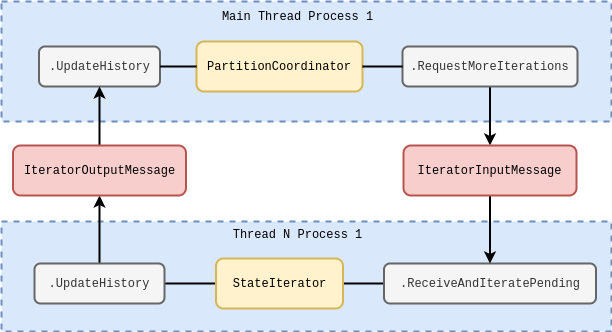
umbralcalc/worlds-of-observation keeps this draw.io diagram as images/chapter-1-stochadex-loop.drawio.png. Above is the earlier version. Source tidied: cells renumbered, new cells last; positions are measured from the earlier drawing's top-left corner, leaving out a move shared by most shapes.
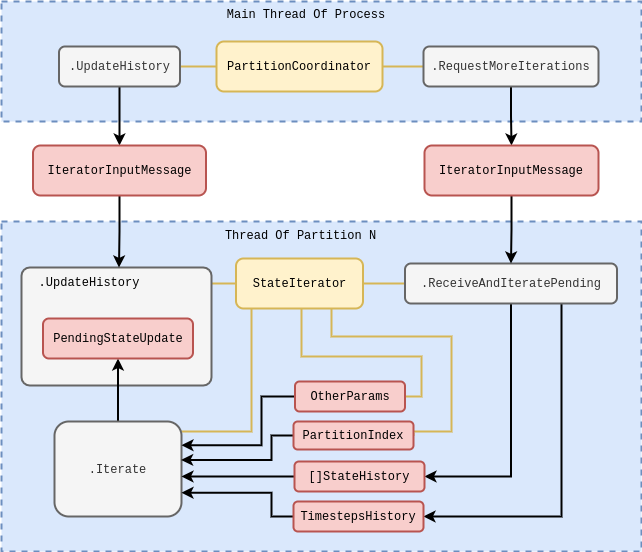
After the commit.

Commit message:
work in progress extending the last bits of chapter 1

Change to the diagram source:
```diff
@@ -3,64 +3,162 @@
     <mxCell id="0" />
     <mxCell id="1" parent="0" />
     <mxCell id="2" style="rounded=0;whiteSpace=wrap;html=1;dashed=1;strokeWidth=2;fillColor=#dae8fc;strokeColor=#6c8ebf;" parent="1" vertex="1">
-      <mxGeometry y="220" width="610" height="110" as="geometry" />
+      <mxGeometry y="225" width="640" height="330" as="geometry" />
     </mxCell>
     <mxCell id="3" style="rounded=0;whiteSpace=wrap;html=1;dashed=1;strokeWidth=2;fillColor=#dae8fc;strokeColor=#6c8ebf;" parent="1" vertex="1">
-      <mxGeometry width="610" height="120" as="geometry" />
+      <mxGeometry y="5" width="640" height="120" as="geometry" />
     </mxCell>
     <mxCell id="4" value="&lt;font face=&quot;Courier New&quot;&gt;PartitionCoordinator&lt;/font&gt;" style="rounded=1;whiteSpace=wrap;html=1;fillColor=#fff2cc;strokeColor=#d6b656;strokeWidth=2;" parent="1" vertex="1">
-      <mxGeometry x="195" y="40" width="166" height="50" as="geometry" />
+      <mxGeometry x="215" y="45" width="166" height="50" as="geometry" />
     </mxCell>
-    <mxCell id="5" style="edgeStyle=orthogonalEdgeStyle;rounded=0;jettySize=auto;html=1;entryX=0.5;entryY=0;entryDx=0;entryDy=0;strokeWidth=2;" parent="1" edge="1" source="6" target="19">
+    <mxCell id="5" style="edgeStyle=orthogonalEdgeStyle;rounded=0;jettySize=auto;html=1;strokeWidth=2;" parent="1" edge="1" source="6" target="19">
       <mxGeometry relative="1" as="geometry" />
     </mxCell>
-    <mxCell id="6" value="&lt;font style=&quot;&quot; face=&quot;Courier New&quot;&gt;.RequestMoreIterations&lt;/font&gt;" style="rounded=1;whiteSpace=wrap;html=1;strokeWidth=2;fillColor=#f5f5f5;fontColor=#333333;strokeColor=#666666;" parent="1" vertex="1">
-      <mxGeometry x="401" y="45" width="175" height="40" as="geometry" />
-    </mxCell>
-    <mxCell id="7" value="&lt;font style=&quot;&quot; face=&quot;Courier New&quot;&gt;.UpdateHistory&lt;/font&gt;" style="rounded=1;whiteSpace=wrap;html=1;strokeWidth=2;fillColor=#f5f5f5;fontColor=#333333;strokeColor=#666666;" parent="1" vertex="1">
-      <mxGeometry x="37.5" y="45" width="121" height="40" as="geometry" />
-    </mxCell>
+    <mxCell id="22" style="edgeStyle=orthogonalEdgeStyle;rounded=0;jettySize=auto;html=1;entryX=0.5;entryY=0;entryDx=0;entryDy=0;strokeWidth=2;" parent="1" edge="1" source="7" target="31">
+      <mxGeometry relative="1" as="geometry" />
+    </mxCell>
-    <mxCell id="8" value="&lt;font face=&quot;Courier New&quot;&gt;Main Thread Process 1&lt;/font&gt;" style="text;html=1;strokeColor=none;fillColor=none;align=center;verticalAlign=middle;whiteSpace=wrap;rounded=0;" parent="1" vertex="1">
-      <mxGeometry x="217.5" width="157" height="30" as="geometry" />
+    <mxCell id="8" value="&lt;font face=&quot;Courier New&quot;&gt;Main Thread Of Process&lt;/font&gt;" style="text;html=1;strokeColor=none;fillColor=none;align=center;verticalAlign=middle;whiteSpace=wrap;rounded=0;" parent="1" vertex="1">
+      <mxGeometry x="180" y="5" width="250" height="25" as="geometry" />
     </mxCell>
-    <mxCell id="9" style="endArrow=none;html=1;rounded=0;exitX=1;exitY=0.5;exitDx=0;exitDy=0;entryX=0;entryY=0.5;entryDx=0;entryDy=0;strokeWidth=2;" parent="1" edge="1" source="7" target="4">
+    <mxCell id="9" style="endArrow=none;html=1;rounded=0;exitX=1;exitY=0.5;exitDx=0;exitDy=0;entryX=0;entryY=0.5;entryDx=0;entryDy=0;strokeWidth=2;fillColor=#fff2cc;strokeColor=#d6b656;" parent="1" edge="1" source="7" target="4">
       <mxGeometry relative="1" as="geometry" />
     </mxCell>
-    <mxCell id="10" style="endArrow=none;html=1;rounded=0;exitX=0;exitY=0.5;exitDx=0;exitDy=0;entryX=1;entryY=0.5;entryDx=0;entryDy=0;strokeWidth=2;" parent="1" edge="1" source="6" target="4">
+    <mxCell id="10" style="endArrow=none;html=1;rounded=0;exitX=0;exitY=0.5;exitDx=0;exitDy=0;entryX=1;entryY=0.5;entryDx=0;entryDy=0;strokeWidth=2;fillColor=#fff2cc;strokeColor=#d6b656;" parent="1" edge="1" source="6" target="4">
       <mxGeometry relative="1" as="geometry" />
     </mxCell>
-    <mxCell id="11" style="edgeStyle=orthogonalEdgeStyle;rounded=0;jettySize=auto;html=1;exitX=1;exitY=0.5;exitDx=0;exitDy=0;entryX=0;entryY=0.5;entryDx=0;entryDy=0;strokeWidth=2;endArrow=none;endFill=0;" parent="1" edge="1" source="13" target="15">
+    <mxCell id="11" style="edgeStyle=orthogonalEdgeStyle;rounded=0;jettySize=auto;html=1;exitX=1;exitY=0.5;exitDx=0;exitDy=0;entryX=0;entryY=0.5;entryDx=0;entryDy=0;strokeWidth=2;endArrow=none;endFill=0;fillColor=#fff2cc;strokeColor=#d6b656;" parent="1" edge="1" source="13" target="15">
       <mxGeometry relative="1" as="geometry" />
     </mxCell>
+    <mxCell id="23" style="edgeStyle=orthogonalEdgeStyle;rounded=0;jettySize=auto;html=1;strokeWidth=2;endArrow=none;endFill=0;fillColor=#fff2cc;strokeColor=#d6b656;" parent="1" edge="1" source="13" target="29">
+      <mxGeometry relative="1" as="geometry">
+        <Array as="points">
+          <mxPoint x="250" y="435" />
+        </Array>
+      </mxGeometry>
+    </mxCell>
+    <mxCell id="24" style="edgeStyle=orthogonalEdgeStyle;rounded=0;jettySize=auto;html=1;entryX=0.582;entryY=0.1;entryDx=0;entryDy=0;endArrow=none;endFill=0;strokeWidth=2;entryPerimeter=0;fillColor=#fff2cc;strokeColor=#d6b656;" parent="1" edge="1" source="13" target="33">
+      <mxGeometry relative="1" as="geometry">
+        <Array as="points">
+          <mxPoint x="300" y="360" />
+          <mxPoint x="420" y="360" />
+          <mxPoint x="420" y="400" />
+          <mxPoint x="358" y="400" />
+        </Array>
+      </mxGeometry>
+    </mxCell>
+    <mxCell id="25" style="edgeStyle=orthogonalEdgeStyle;rounded=0;jettySize=auto;html=1;entryX=1;entryY=0.5;entryDx=0;entryDy=0;strokeWidth=2;endArrow=none;endFill=0;fillColor=#fff2cc;strokeColor=#d6b656;" parent="1" edge="1" source="13" target="35">
+      <mxGeometry relative="1" as="geometry">
+        <Array as="points">
+          <mxPoint x="330" y="340" />
+          <mxPoint x="450" y="340" />
+          <mxPoint x="450" y="435" />
+          <mxPoint x="412" y="435" />
+        </Array>
+      </mxGeometry>
+    </mxCell>
-    <mxCell id="12" style="edgeStyle=orthogonalEdgeStyle;rounded=0;jettySize=auto;html=1;entryX=1;entryY=0.5;entryDx=0;entryDy=0;strokeWidth=2;endArrow=none;endFill=0;" parent="1" edge="1" source="13" target="21">
-      <mxGeometry relative="1" as="geometry" />
+    <mxCell id="12" style="edgeStyle=orthogonalEdgeStyle;rounded=0;jettySize=auto;html=1;fillColor=#fff2cc;strokeColor=#d6b656;strokeWidth=2;endArrow=none;endFill=0;" parent="1" edge="1" source="13" target="21">
+      <mxGeometry relative="1" as="geometry">
+        <Array as="points">
+          <mxPoint x="230" y="287" />
+          <mxPoint x="230" y="287" />
+        </Array>
+      </mxGeometry>
     </mxCell>
     <mxCell id="13" value="&lt;font face=&quot;Courier New&quot;&gt;StateIterator&lt;/font&gt;" style="rounded=1;whiteSpace=wrap;html=1;fillColor=#fff2cc;strokeColor=#d6b656;strokeWidth=2;" parent="1" vertex="1">
-      <mxGeometry x="214.5" y="257" width="127" height="50" as="geometry" />
+      <mxGeometry x="234.5" y="262" width="127" height="50" as="geometry" />
     </mxCell>
-    <mxCell id="14" style="edgeStyle=orthogonalEdgeStyle;rounded=0;jettySize=auto;html=1;strokeWidth=2;endArrow=classic;endFill=1;exitX=0.5;exitY=0;exitDx=0;exitDy=0;" parent="1" edge="1" source="21" target="17">
-      <mxGeometry relative="1" as="geometry" />
-    </mxCell>
+    <mxCell id="26" style="edgeStyle=orthogonalEdgeStyle;rounded=0;jettySize=auto;html=1;entryX=1;entryY=0.5;entryDx=0;entryDy=0;strokeWidth=2;" parent="1" edge="1" source="15" target="37">
+      <mxGeometry relative="1" as="geometry" />
+    </mxCell>
+    <mxCell id="27" style="edgeStyle=orthogonalEdgeStyle;rounded=0;jettySize=auto;html=1;entryX=1;entryY=0.5;entryDx=0;entryDy=0;strokeWidth=2;" parent="1" edge="1" source="15" target="39">
+      <mxGeometry relative="1" as="geometry">
+        <Array as="points">
+          <mxPoint x="560" y="520" />
+        </Array>
+      </mxGeometry>
+    </mxCell>
     <mxCell id="15" value="&lt;font style=&quot;&quot; face=&quot;Courier New&quot;&gt;.ReceiveAndIteratePending&lt;/font&gt;" style="rounded=1;whiteSpace=wrap;html=1;strokeWidth=2;fillColor=#f5f5f5;fontColor=#333333;strokeColor=#666666;" parent="1" vertex="1">
-      <mxGeometry x="382.5" y="262" width="212" height="40" as="geometry" />
+      <mxGeometry x="403.5" y="267" width="212" height="40" as="geometry" />
     </mxCell>
-    <mxCell id="16" style="edgeStyle=orthogonalEdgeStyle;rounded=0;jettySize=auto;html=1;entryX=0.5;entryY=1;entryDx=0;entryDy=0;strokeWidth=2;" parent="1" edge="1" source="17" target="7">
-      <mxGeometry relative="1" as="geometry" />
-    </mxCell>
-    <mxCell id="17" value="&lt;font face=&quot;Courier New&quot;&gt;IteratorOutputMessage&lt;/font&gt;" style="rounded=1;whiteSpace=wrap;html=1;fillColor=#f8cecc;strokeColor=#b85450;strokeWidth=2;" parent="1" vertex="1">
-      <mxGeometry x="11.5" y="144" width="173" height="50" as="geometry" />
-    </mxCell>
-    <mxCell id="18" style="edgeStyle=orthogonalEdgeStyle;rounded=0;jettySize=auto;html=1;strokeWidth=2;endArrow=classic;endFill=1;" parent="1" edge="1" source="19" target="15">
+    <mxCell id="18" style="edgeStyle=orthogonalEdgeStyle;rounded=0;jettySize=auto;html=1;strokeWidth=2;" parent="1" edge="1" source="19" target="15">
       <mxGeometry relative="1" as="geometry" />
     </mxCell>
     <mxCell id="19" value="&lt;font face=&quot;Courier New&quot;&gt;IteratorInputMessage&lt;/font&gt;" style="rounded=1;whiteSpace=wrap;html=1;fillColor=#f8cecc;strokeColor=#b85450;strokeWidth=2;" parent="1" vertex="1">
-      <mxGeometry x="402" y="144" width="173" height="50" as="geometry" />
+      <mxGeometry x="423" y="149" width="174" height="50" as="geometry" />
     </mxCell>
-    <mxCell id="20" value="&lt;font face=&quot;Courier New&quot;&gt;Thread N Process 1&lt;/font&gt;" style="text;html=1;strokeColor=none;fillColor=none;align=center;verticalAlign=middle;whiteSpace=wrap;rounded=0;" parent="1" vertex="1">
-      <mxGeometry x="214.5" y="218" width="163" height="30" as="geometry" />
+    <mxCell id="20" value="&lt;font face=&quot;Courier New&quot;&gt;Thread Of Partition N&lt;/font&gt;" style="text;html=1;strokeColor=none;fillColor=none;align=center;verticalAlign=middle;whiteSpace=wrap;rounded=0;" parent="1" vertex="1">
+      <mxGeometry x="218" y="223.5" width="163" height="30" as="geometry" />
     </mxCell>
-    <mxCell id="21" value="&lt;font style=&quot;&quot; face=&quot;Courier New&quot;&gt;.UpdateHistory&lt;/font&gt;" style="rounded=1;whiteSpace=wrap;html=1;strokeWidth=2;fillColor=#f5f5f5;fontColor=#333333;strokeColor=#666666;" parent="1" vertex="1">
-      <mxGeometry x="33" y="262" width="130" height="40" as="geometry" />
+    <mxCell id="21" style="rounded=1;whiteSpace=wrap;html=1;strokeWidth=2;fillColor=#f5f5f5;fontColor=#333333;strokeColor=#666666;arcSize=7;" parent="1" vertex="1">
+      <mxGeometry x="20" y="271" width="190" height="118" as="geometry" />
     </mxCell>
+    <mxCell id="28" style="edgeStyle=orthogonalEdgeStyle;rounded=0;jettySize=auto;html=1;entryX=0.5;entryY=1;entryDx=0;entryDy=0;strokeWidth=2;" parent="1" edge="1" source="29" target="40">
+      <mxGeometry relative="1" as="geometry" />
+    </mxCell>
+    <mxCell id="29" value="&lt;font style=&quot;&quot; face=&quot;Courier New&quot;&gt;.Iterate&lt;/font&gt;" style="rounded=1;whiteSpace=wrap;html=1;strokeWidth=2;fillColor=#f5f5f5;strokeColor=#666666;fontColor=#333333;" parent="1" vertex="1">
+      <mxGeometry x="53" y="425" width="127" height="95" as="geometry" />
+    </mxCell>
+    <mxCell id="30" style="edgeStyle=orthogonalEdgeStyle;rounded=0;jettySize=auto;html=1;strokeWidth=2;entryX=1;entryY=0;entryDx=0;entryDy=0;" parent="1" edge="1" source="31" target="41">
+      <mxGeometry relative="1" as="geometry" />
+    </mxCell>
+    <mxCell id="31" value="&lt;font face=&quot;Courier New&quot;&gt;IteratorInputMessage&lt;/font&gt;" style="rounded=1;whiteSpace=wrap;html=1;fillColor=#f8cecc;strokeColor=#b85450;strokeWidth=2;" parent="1" vertex="1">
+      <mxGeometry x="31.5" y="149" width="173" height="50" as="geometry" />
+    </mxCell>
+    <mxCell id="32" style="edgeStyle=orthogonalEdgeStyle;rounded=0;jettySize=auto;html=1;exitX=0;exitY=0.5;exitDx=0;exitDy=0;entryX=1;entryY=0.25;entryDx=0;entryDy=0;strokeWidth=2;" parent="1" edge="1" source="33" target="29">
+      <mxGeometry relative="1" as="geometry">
+        <Array as="points">
+          <mxPoint x="260" y="400" />
+          <mxPoint x="260" y="448" />
+        </Array>
+      </mxGeometry>
+    </mxCell>
+    <mxCell id="33" value="&lt;font face=&quot;Courier New&quot;&gt;OtherParams&lt;/font&gt;" style="rounded=1;whiteSpace=wrap;html=1;fillColor=#f8cecc;strokeColor=#b85450;strokeWidth=2;" parent="1" vertex="1">
+      <mxGeometry x="293.5" y="385" width="110" height="30" as="geometry" />
+    </mxCell>
+    <mxCell id="34" style="edgeStyle=orthogonalEdgeStyle;rounded=0;jettySize=auto;html=1;strokeWidth=2;entryX=0.997;entryY=0.404;entryDx=0;entryDy=0;entryPerimeter=0;" parent="1" edge="1" source="35" target="29">
+      <mxGeometry relative="1" as="geometry">
+        <Array as="points">
+          <mxPoint x="270" y="439" />
+          <mxPoint x="270" y="463" />
+        </Array>
+      </mxGeometry>
+    </mxCell>
+    <mxCell id="35" value="&lt;font face=&quot;Courier New&quot;&gt;PartitionIndex&lt;/font&gt;" style="rounded=1;whiteSpace=wrap;html=1;fillColor=#f8cecc;strokeColor=#b85450;strokeWidth=2;" parent="1" vertex="1">
+      <mxGeometry x="292" y="425" width="120" height="28" as="geometry" />
+    </mxCell>
+    <mxCell id="36" style="edgeStyle=orthogonalEdgeStyle;rounded=0;jettySize=auto;html=1;strokeWidth=2;" parent="1" edge="1" source="37">
+      <mxGeometry relative="1" as="geometry">
+        <mxPoint x="180" y="480" as="targetPoint" />
+        <Array as="points">
+          <mxPoint x="180" y="480" />
+        </Array>
+      </mxGeometry>
+    </mxCell>
+    <mxCell id="37" value="&lt;font face=&quot;Courier New&quot;&gt;[]StateHistory&lt;/font&gt;" style="rounded=1;whiteSpace=wrap;html=1;fillColor=#f8cecc;strokeColor=#b85450;strokeWidth=2;" parent="1" vertex="1">
+      <mxGeometry x="293" y="465" width="130" height="30" as="geometry" />
+    </mxCell>
+    <mxCell id="38" style="edgeStyle=orthogonalEdgeStyle;rounded=0;jettySize=auto;html=1;strokeWidth=2;entryX=1;entryY=0.75;entryDx=0;entryDy=0;" parent="1" edge="1" source="39" target="29">
+      <mxGeometry relative="1" as="geometry">
+        <Array as="points">
+          <mxPoint x="270" y="520" />
+          <mxPoint x="270" y="496" />
+        </Array>
+      </mxGeometry>
+    </mxCell>
+    <mxCell id="39" value="&lt;font face=&quot;Courier New&quot;&gt;TimestepsHistory&lt;/font&gt;" style="rounded=1;whiteSpace=wrap;html=1;fillColor=#f8cecc;strokeColor=#b85450;strokeWidth=2;" parent="1" vertex="1">
+      <mxGeometry x="292" y="505" width="130" height="30" as="geometry" />
+    </mxCell>
+    <mxCell id="40" value="&lt;font face=&quot;Courier New&quot;&gt;PendingStateUpdate&lt;/font&gt;" style="rounded=1;whiteSpace=wrap;html=1;fillColor=#f8cecc;strokeColor=#b85450;strokeWidth=2;" parent="1" vertex="1">
+      <mxGeometry x="41.5" y="322" width="150" height="40" as="geometry" />
+    </mxCell>
+    <mxCell id="41" value="&lt;font face=&quot;Courier New&quot;&gt;.UpdateHistory&lt;/font&gt;" style="text;html=1;strokeColor=none;fillColor=none;align=center;verticalAlign=middle;whiteSpace=wrap;rounded=0;" parent="1" vertex="1">
+      <mxGeometry x="57.5" y="271" width="60" height="30" as="geometry" />
+    </mxCell>
+    <mxCell id="6" value="&lt;font style=&quot;&quot; face=&quot;Courier New&quot;&gt;.RequestMoreIterations&lt;/font&gt;" style="rounded=1;whiteSpace=wrap;html=1;strokeWidth=2;fillColor=#f5f5f5;fontColor=#333333;strokeColor=#666666;" parent="1" vertex="1">
+      <mxGeometry x="422" y="50" width="175" height="40" as="geometry" />
+    </mxCell>
+    <mxCell id="7" value="&lt;font style=&quot;&quot; face=&quot;Courier New&quot;&gt;.UpdateHistory&lt;/font&gt;" style="rounded=1;whiteSpace=wrap;html=1;strokeWidth=2;fillColor=#f5f5f5;fontColor=#333333;strokeColor=#666666;" parent="1" vertex="1">
+      <mxGeometry x="57.5" y="50" width="121" height="40" as="geometry" />
+    </mxCell>
   </root>
 </mxGraphModel>
```
